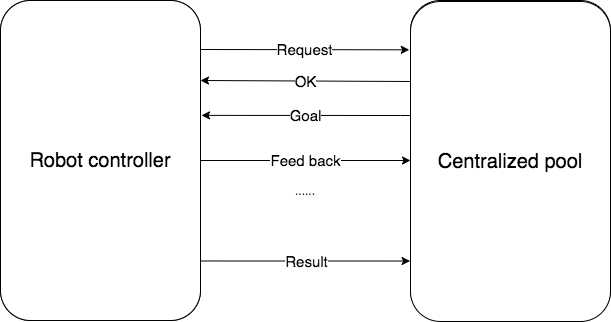
Before: Thesis/content/images/ch4/robot_pool_comminication.drawio.png, a diagram exported from draw.io (xuanjiao/master_thesis). Source tidied: cells renumbered, new cells last; positions are measured from the earlier drawing's top-left corner, leaving out a move shared by most shapes.
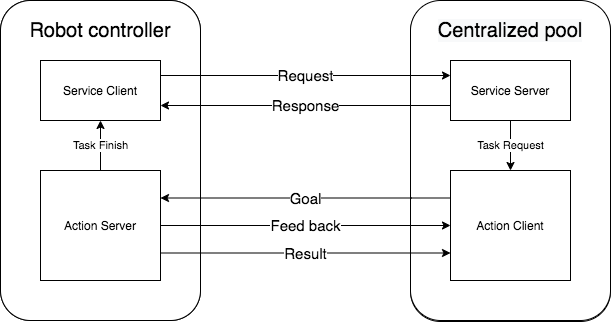
Above is the later version.

Diff of the diagram source:
```diff
@@ -2,42 +2,64 @@
   <root>
     <mxCell id="0" />
     <mxCell id="1" parent="0" />
-    <mxCell id="2" value="Feed back" style="edgeStyle=orthogonalEdgeStyle;rounded=0;jettySize=auto;html=1;fontSize=15;" parent="1" edge="1" source="3" target="5">
-      <mxGeometry relative="1" as="geometry" />
-    </mxCell>
+    <mxCell id="7" value="&lt;font style=&quot;font-size: 20px&quot;&gt;&lt;br&gt;&lt;/font&gt;" style="rounded=1;whiteSpace=wrap;html=1;" parent="1" vertex="1">
+      <mxGeometry x="410" y="1" width="200" height="320" as="geometry" />
+    </mxCell>
+    <mxCell id="6" value="&lt;font style=&quot;font-size: 20px&quot;&gt;&lt;br&gt;&lt;/font&gt;" style="rounded=1;whiteSpace=wrap;html=1;glass=0;" parent="1" vertex="1">
+      <mxGeometry width="200" height="320" as="geometry" />
+    </mxCell>
-    <mxCell id="3" value="&lt;font style=&quot;font-size: 19px&quot;&gt;robot controller&lt;/font&gt;" style="rounded=1;whiteSpace=wrap;html=1;" parent="1" vertex="1">
+    <mxCell id="3" style="rounded=1;whiteSpace=wrap;html=1;" parent="1" vertex="1">
       <mxGeometry width="200" height="320" as="geometry" />
     </mxCell>
-    <mxCell id="4" value="Goal" style="edgeStyle=orthogonalEdgeStyle;rounded=0;jettySize=auto;html=1;entryX=1.005;entryY=0.359;entryDx=0;entryDy=0;entryPerimeter=0;fontSize=15;" parent="1" edge="1" source="5" target="3">
-      <mxGeometry relative="1" as="geometry">
-        <Array as="points">
-          <mxPoint x="400" y="115" />
-          <mxPoint x="400" y="115" />
-        </Array>
-      </mxGeometry>
-    </mxCell>
-    <mxCell id="5" value="&lt;font style=&quot;font-size: 19px&quot;&gt;centralized pool&lt;/font&gt;" style="rounded=1;whiteSpace=wrap;html=1;" parent="1" vertex="1">
+    <mxCell id="5" style="rounded=1;whiteSpace=wrap;html=1;" parent="1" vertex="1">
       <mxGeometry x="410" width="200" height="320" as="geometry" />
     </mxCell>
-    <mxCell id="6" value="&lt;font style=&quot;font-size: 20px&quot;&gt;Robot controller&lt;br&gt;&lt;/font&gt;" style="rounded=1;whiteSpace=wrap;html=1;glass=0;" parent="1" vertex="1">
-      <mxGeometry width="200" height="320" as="geometry" />
-    </mxCell>
-    <mxCell id="7" value="&lt;font style=&quot;font-size: 20px&quot;&gt;Centralized pool&lt;br&gt;&lt;/font&gt;" style="rounded=1;whiteSpace=wrap;html=1;" parent="1" vertex="1">
-      <mxGeometry x="410" y="1" width="200" height="320" as="geometry" />
-    </mxCell>
-    <mxCell id="8" value="Result" style="endArrow=classic;html=1;exitX=1.003;exitY=0.814;exitDx=0;exitDy=0;entryX=-0.002;entryY=0.811;entryDx=0;entryDy=0;fontSize=15;exitPerimeter=0;entryPerimeter=0;" parent="1" edge="1" source="6" target="7">
+    <mxCell id="8" value="Result" style="endArrow=classic;html=1;exitX=1;exitY=0.75;exitDx=0;exitDy=0;entryX=0;entryY=0.75;entryDx=0;entryDy=0;fontSize=15;" parent="1" edge="1" source="18" target="19">
       <mxGeometry relative="1" as="geometry" />
     </mxCell>
-    <mxCell id="9" value="OK" style="endArrow=classic;html=1;entryX=1;entryY=0.25;entryDx=0;entryDy=0;exitX=0;exitY=0.25;exitDx=0;exitDy=0;fontSize=15;" parent="1" edge="1" source="7" target="6">
+    <mxCell id="9" value="Response" style="endArrow=classic;html=1;entryX=1;entryY=0.75;entryDx=0;entryDy=0;exitX=0;exitY=0.75;exitDx=0;exitDy=0;fontSize=15;" parent="1" edge="1" source="13" target="16">
       <mxGeometry relative="1" as="geometry" />
     </mxCell>
-    <mxCell id="10" value="&lt;font style=&quot;font-size: 15px;&quot;&gt;Request&lt;/font&gt;" style="endArrow=classic;html=1;entryX=-0.006;entryY=0.151;entryDx=0;entryDy=0;entryPerimeter=0;fontSize=15;" parent="1" edge="1" target="7">
-      <mxGeometry relative="1" as="geometry">
-        <mxPoint x="200" y="49" as="sourcePoint" />
-      </mxGeometry>
+    <mxCell id="10" value="&lt;font style=&quot;font-size: 15px;&quot;&gt;Request&lt;/font&gt;" style="endArrow=classic;html=1;entryX=0;entryY=0.25;entryDx=0;entryDy=0;fontSize=15;exitX=1;exitY=0.25;exitDx=0;exitDy=0;" parent="1" edge="1" source="16" target="13">
+      <mxGeometry relative="1" as="geometry" />
     </mxCell>
     <mxCell id="11" value="......" style="text;html=1;strokeColor=none;fillColor=none;align=center;verticalAlign=middle;whiteSpace=wrap;rounded=0;" parent="1" vertex="1">
       <mxGeometry x="284.5" y="180" width="40" height="20" as="geometry" />
     </mxCell>
+    <mxCell id="12" value="Task Request" style="edgeStyle=orthogonalEdgeStyle;rounded=0;jettySize=auto;html=1;" parent="1" edge="1" source="13" target="19">
+      <mxGeometry relative="1" as="geometry" />
+    </mxCell>
+    <mxCell id="13" value="Service Server" style="rounded=0;whiteSpace=wrap;html=1;" parent="1" vertex="1">
+      <mxGeometry x="450" y="60" width="120" height="60" as="geometry" />
+    </mxCell>
+    <mxCell id="14" value="&lt;span style=&quot;font-size: 20px&quot;&gt;Robot controller&lt;/span&gt;" style="text;html=1;strokeColor=none;fillColor=none;align=center;verticalAlign=middle;whiteSpace=wrap;rounded=0;" parent="1" vertex="1">
+      <mxGeometry x="10" y="20" width="180" height="20" as="geometry" />
+    </mxCell>
+    <mxCell id="15" value="&lt;meta charset=&quot;utf-8&quot;&gt;&lt;span style=&quot;color: rgb(0, 0, 0); font-family: helvetica; font-size: 20px; font-style: normal; font-weight: 400; letter-spacing: normal; text-align: center; text-indent: 0px; text-transform: none; word-spacing: 0px; background-color: rgb(248, 249, 250); display: inline; float: none;&quot;&gt;Centralized pool&lt;/span&gt;" style="text;html=1;strokeColor=none;fillColor=none;align=center;verticalAlign=middle;whiteSpace=wrap;rounded=0;" parent="1" vertex="1">
+      <mxGeometry x="435" y="20" width="150" height="20" as="geometry" />
+    </mxCell>
+    <mxCell id="16" value="Service Client" style="rounded=0;whiteSpace=wrap;html=1;" parent="1" vertex="1">
+      <mxGeometry x="40" y="60" width="120" height="60" as="geometry" />
+    </mxCell>
+    <mxCell id="17" value="Task Finish" style="edgeStyle=orthogonalEdgeStyle;rounded=0;jettySize=auto;html=1;exitX=0.5;exitY=0;exitDx=0;exitDy=0;" parent="1" edge="1" source="18" target="16">
+      <mxGeometry relative="1" as="geometry" />
+    </mxCell>
+    <mxCell id="18" value="Action Server" style="rounded=0;whiteSpace=wrap;html=1;" parent="1" vertex="1">
+      <mxGeometry x="40" y="170" width="120" height="110" as="geometry" />
+    </mxCell>
+    <mxCell id="19" value="Action Client" style="rounded=0;whiteSpace=wrap;html=1;" parent="1" vertex="1">
+      <mxGeometry x="450" y="170" width="120" height="110" as="geometry" />
+    </mxCell>
+    <mxCell id="2" value="Feed back" style="edgeStyle=orthogonalEdgeStyle;rounded=0;jettySize=auto;html=1;fontSize=15;exitX=1;exitY=0.5;exitDx=0;exitDy=0;entryX=0;entryY=0.5;entryDx=0;entryDy=0;" parent="1" edge="1" source="18" target="19">
+      <mxGeometry relative="1" as="geometry" />
+    </mxCell>
+    <mxCell id="4" value="Goal" style="edgeStyle=orthogonalEdgeStyle;rounded=0;jettySize=auto;html=1;entryX=1;entryY=0.25;entryDx=0;entryDy=0;fontSize=15;exitX=0;exitY=0.25;exitDx=0;exitDy=0;" parent="1" edge="1" source="19" target="18">
+      <mxGeometry relative="1" as="geometry">
+        <Array as="points">
+          <mxPoint x="411" y="198" />
+          <mxPoint x="411" y="198" />
+        </Array>
+      </mxGeometry>
+    </mxCell>
   </root>
 </mxGraphModel>
```
